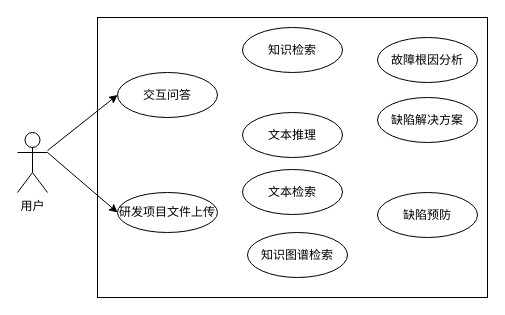
The draw.io diagram page "用例3" (3 of 4) of 毕业设计.drawio in fydgmy/jubilant-potato, before the edit. Source tidied: cells renumbered, new cells numbered last; positions are measured from the earlier drawing's top-left corner, leaving out a move shared by most shapes. Both pictures are drawn from the tidied source at 100%, with x=0, y=0 at pixel (17, 17).
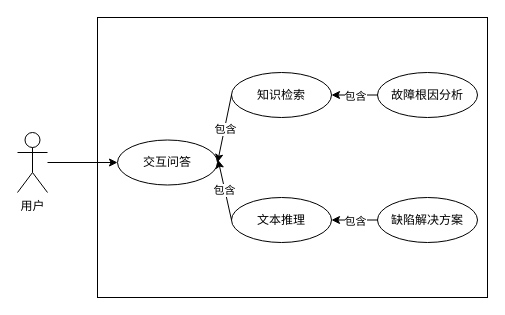
After the change.

Commit message:
更新毕业设计.drawio

What changed in the source:
```diff
@@
 <mxGraphModel>
   <root>
     <mxCell id="0" />
     <mxCell id="1" parent="0" />
     <mxCell id="2" value="用户" style="shape=umlActor;verticalLabelPosition=bottom;verticalAlign=top;html=1;outlineConnect=0;" parent="1" vertex="1">
       <mxGeometry y="115" width="30" height="60" as="geometry" />
     </mxCell>
     <mxCell id="3" style="rounded=0;whiteSpace=wrap;html=1;" parent="1" vertex="1">
       <mxGeometry x="80" width="390" height="280" as="geometry" />
     </mxCell>
     <mxCell id="4" value="交互问答" style="ellipse;whiteSpace=wrap;html=1;" parent="1" vertex="1">
-      <mxGeometry x="100" y="55" width="100" height="45" as="geometry" />
+      <mxGeometry x="100" y="122.5" width="100" height="45" as="geometry" />
     </mxCell>
-    <mxCell id="5" value="研发项目文件上传" style="ellipse;whiteSpace=wrap;html=1;" parent="1" vertex="1">
-      <mxGeometry x="100" y="175" width="100" height="40" as="geometry" />
-    </mxCell>
     <mxCell id="6" value="知识检索" style="ellipse;whiteSpace=wrap;html=1;" parent="1" vertex="1">
-      <mxGeometry x="225" y="10" width="100" height="45" as="geometry" />
+      <mxGeometry x="214" y="55" width="100" height="45" as="geometry" />
     </mxCell>
-    <mxCell id="7" value="文本检索" style="ellipse;whiteSpace=wrap;html=1;" parent="1" vertex="1">
-      <mxGeometry x="225" y="152" width="100" height="45" as="geometry" />
-    </mxCell>
     <mxCell id="8" value="文本推理" style="ellipse;whiteSpace=wrap;html=1;" parent="1" vertex="1">
-      <mxGeometry x="225" y="95" width="100" height="45" as="geometry" />
+      <mxGeometry x="214" y="180" width="100" height="45" as="geometry" />
     </mxCell>
     <mxCell id="9" value="故障根因分析" style="ellipse;whiteSpace=wrap;html=1;" parent="1" vertex="1">
-      <mxGeometry x="360" y="20" width="100" height="45" as="geometry" />
+      <mxGeometry x="360" y="55" width="100" height="45" as="geometry" />
     </mxCell>
     <mxCell id="10" value="缺陷解决方案" style="ellipse;whiteSpace=wrap;html=1;" parent="1" vertex="1">
-      <mxGeometry x="360" y="80" width="100" height="45" as="geometry" />
+      <mxGeometry x="360" y="180" width="100" height="45" as="geometry" />
     </mxCell>
-    <mxCell id="11" value="知识图谱检索" style="ellipse;whiteSpace=wrap;html=1;" parent="1" vertex="1">
-      <mxGeometry x="230" y="215" width="100" height="45" as="geometry" />
-    </mxCell>
-    <mxCell id="12" value="缺陷预防" style="ellipse;whiteSpace=wrap;html=1;" parent="1" vertex="1">
-      <mxGeometry x="360" y="175" width="100" height="45" as="geometry" />
-    </mxCell>
     <mxCell id="13" style="endArrow=classic;html=1;rounded=0;entryX=0;entryY=0.5;entryDx=0;entryDy=0;" parent="1" edge="1" source="2" target="4">
       <mxGeometry relative="1" as="geometry" />
     </mxCell>
-    <mxCell id="14" style="endArrow=classic;html=1;rounded=0;entryX=0;entryY=0.5;entryDx=0;entryDy=0;exitX=1;exitY=0.3333333333333333;exitDx=0;exitDy=0;exitPerimeter=0;" parent="1" edge="1" source="2" target="5">
-      <mxGeometry relative="1" as="geometry" />
-    </mxCell>
+    <mxCell id="15" style="endArrow=classic;html=1;rounded=0;entryX=1;entryY=0.5;entryDx=0;entryDy=0;exitX=0;exitY=0.5;exitDx=0;exitDy=0;" parent="1" edge="1" source="6" target="4">
+      <mxGeometry relative="1" as="geometry" />
+    </mxCell>
+    <mxCell id="16" value="包含" style="edgeLabel;html=1;align=center;verticalAlign=middle;" parent="15" vertex="1">
+      <mxGeometry x="0.01" y="1" relative="1" as="geometry" />
+    </mxCell>
+    <mxCell id="17" style="endArrow=classic;html=1;rounded=0;exitX=0;exitY=0.5;exitDx=0;exitDy=0;entryX=1.006;entryY=0.44;entryDx=0;entryDy=0;entryPerimeter=0;" parent="1" edge="1" source="8" target="4">
+      <mxGeometry relative="1" as="geometry" />
+    </mxCell>
+    <mxCell id="18" value="包含" style="edgeLabel;html=1;align=center;verticalAlign=middle;" parent="17" vertex="1">
+      <mxGeometry x="0.01" y="1" relative="1" as="geometry" />
+    </mxCell>
+    <mxCell id="19" style="endArrow=classic;html=1;rounded=0;entryX=1;entryY=0.5;entryDx=0;entryDy=0;exitX=0;exitY=0.5;exitDx=0;exitDy=0;" parent="1" edge="1" source="9" target="6">
+      <mxGeometry relative="1" as="geometry" />
+    </mxCell>
+    <mxCell id="20" value="包含" style="edgeLabel;html=1;align=center;verticalAlign=middle;" parent="19" vertex="1">
+      <mxGeometry x="0.01" y="1" relative="1" as="geometry" />
+    </mxCell>
+    <mxCell id="21" style="endArrow=classic;html=1;rounded=0;entryX=1;entryY=0.5;entryDx=0;entryDy=0;exitX=0;exitY=0.5;exitDx=0;exitDy=0;" parent="1" edge="1" source="10" target="8">
+      <mxGeometry relative="1" as="geometry" />
+    </mxCell>
+    <mxCell id="22" value="包含" style="edgeLabel;html=1;align=center;verticalAlign=middle;" parent="21" vertex="1">
+      <mxGeometry x="0.01" y="1" relative="1" as="geometry" />
+    </mxCell>
   </root>
 </mxGraphModel>
```
